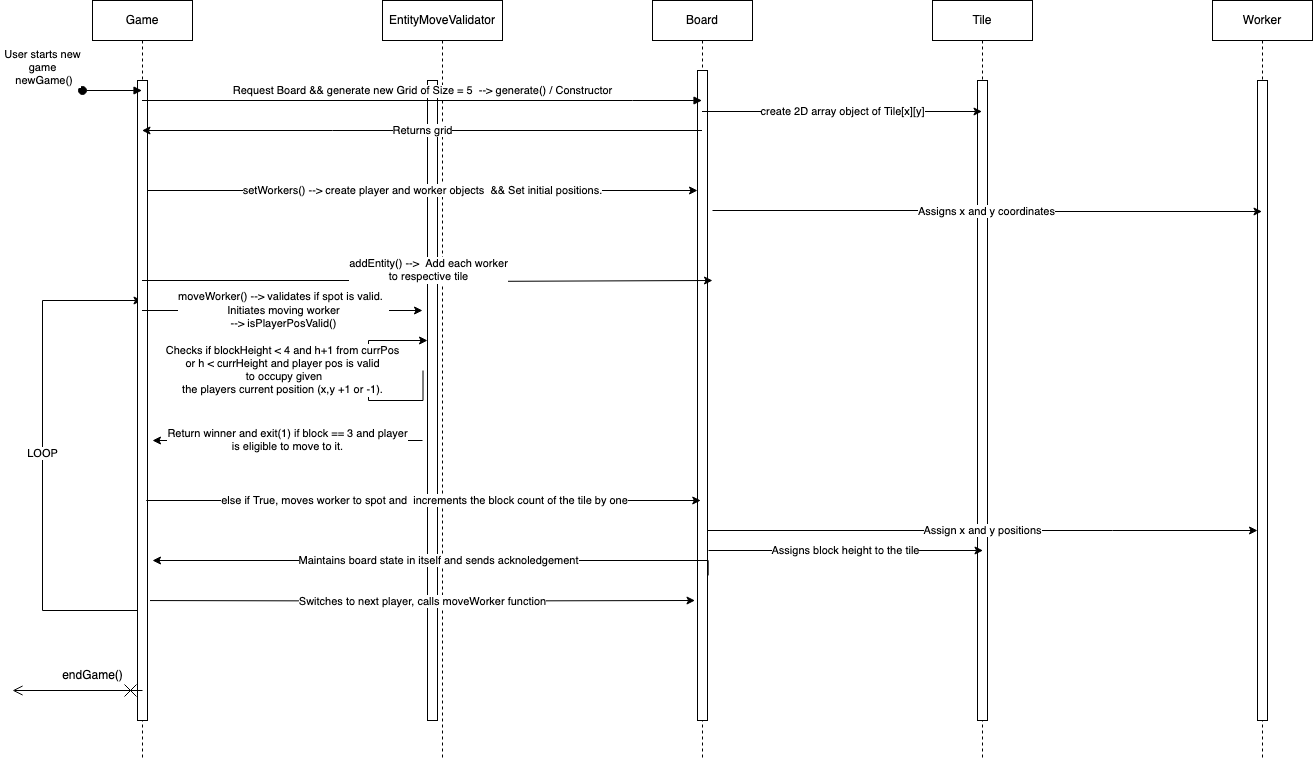
rajathmCMU/f23-lab04 keeps this draw.io diagram as build_justification.drawio.png. Above is the earlier version. Source tidied: cells renumbered, new cells last; positions are measured from the earlier drawing's top-left corner, leaving out a move shared by most shapes.
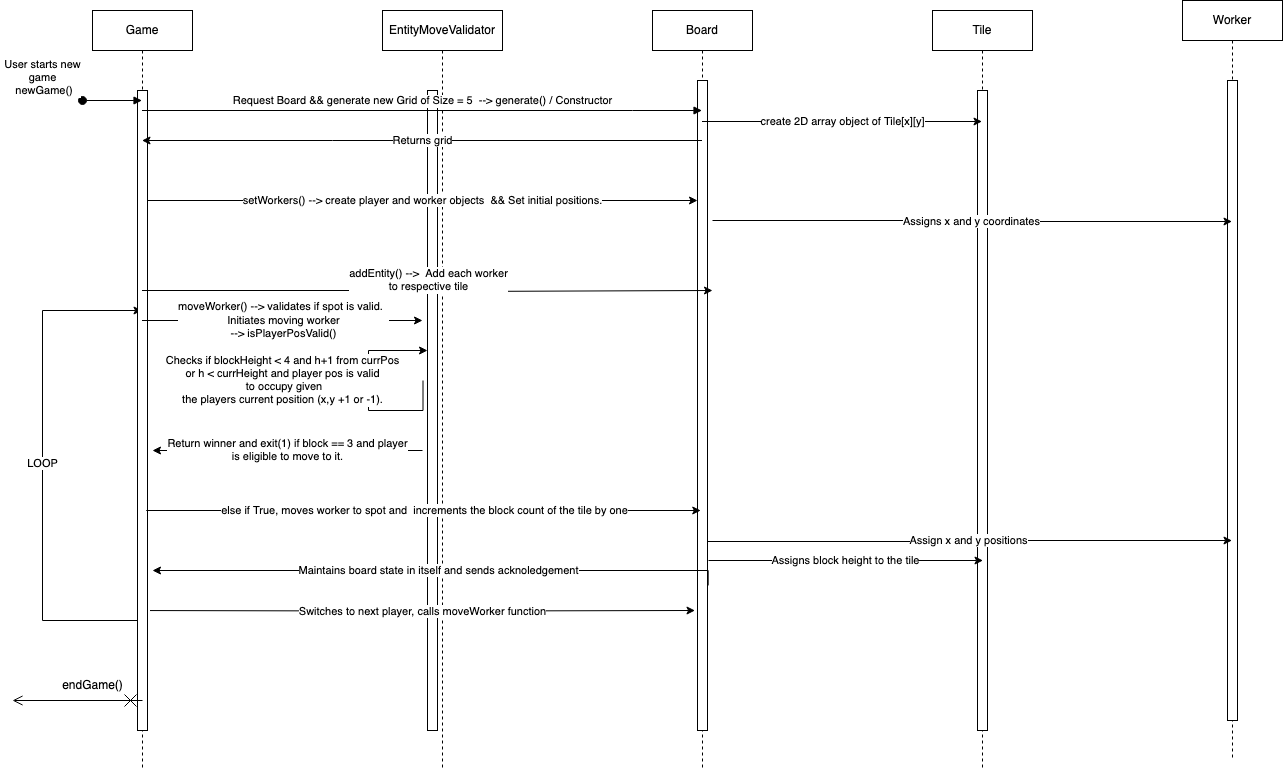
Later version of the same file.

What changed in the source:
```diff
@@ -17,7 +17,7 @@
       <mxGeometry x="45" y="80" width="10" height="640" as="geometry" />
     </mxCell>
     <mxCell id="5" value="&lt;div&gt;Worker&lt;/div&gt;" style="shape=umlLifeline;perimeter=lifelinePerimeter;whiteSpace=wrap;html=1;outlineConnect=0;portConstraint=eastwest;newEdgeStyle={&quot;curved&quot;:0,&quot;rounded&quot;:0};" parent="1" vertex="1">
-      <mxGeometry x="1200" width="100" height="760" as="geometry" />
+      <mxGeometry x="1170" y="-10" width="100" height="760" as="geometry" />
     </mxCell>
     <mxCell id="6" style="html=1;perimeter=orthogonalPerimeter;targetShapes=umlLifeline;newEdgeStyle={&quot;curved&quot;:0,&quot;rounded&quot;:0};" parent="5" vertex="1">
       <mxGeometry x="45" y="80" width="10" height="640" as="geometry" />
@@ -166,13 +166,13 @@
         <mxPoint x="140" y="440" as="targetPoint" />
       </mxGeometry>
     </mxCell>
-    <mxCell id="29" value="Assign x and y positions" style="edgeStyle=orthogonalEdgeStyle;rounded=0;orthogonalLoop=1;jettySize=auto;html=1;curved=0;" parent="1" edge="1">
+    <mxCell id="29" value="Assign x and y positions" style="edgeStyle=orthogonalEdgeStyle;rounded=0;jettySize=auto;html=1;curved=0;" parent="1" edge="1" target="5">
       <mxGeometry relative="1" as="geometry">
         <mxPoint x="695" y="530" as="sourcePoint" />
-        <mxPoint x="1245" y="530" as="targetPoint" />
         <Array as="points">
-          <mxPoint x="1100" y="530" />
-          <mxPoint x="1100" y="530" />
+          <mxPoint x="695" y="531" />
+          <mxPoint x="933" y="531" />
+          <mxPoint x="933" y="530" />
         </Array>
       </mxGeometry>
     </mxCell>
```
